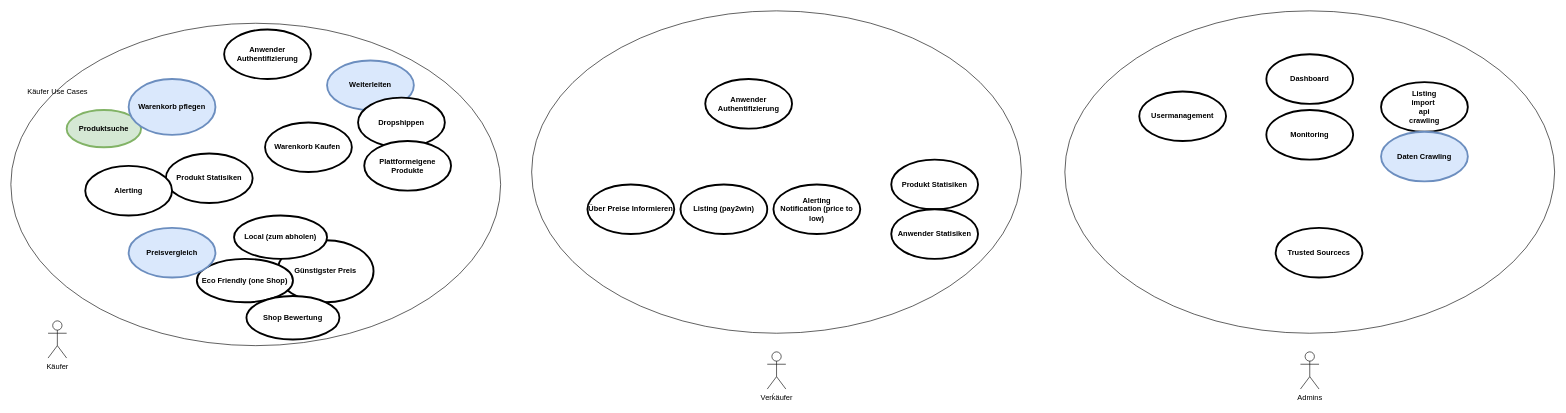
Above: page "Usecases" (2 of 9) of diagrams.drawio in placom/docs (draw.io), before the change. Source tidied: cells renumbered, new cells numbered last; positions are measured from the earlier drawing's top-left corner, leaving out a move shared by most shapes. Both pictures are drawn from the tidied source at 62%, with x=0, y=0 at pixel (11, 11).
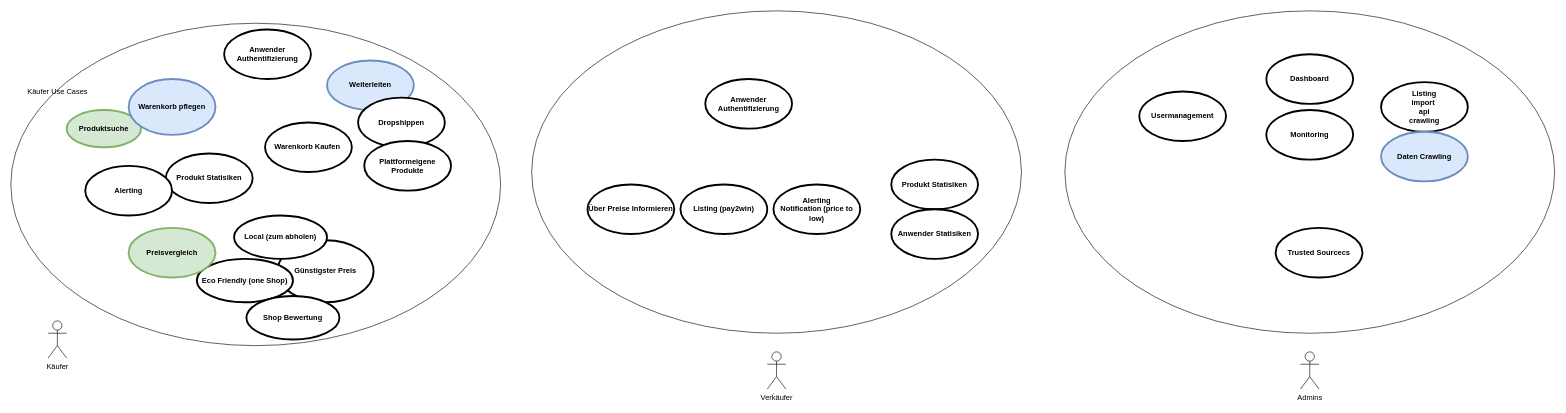
The same diagram, later.

Commit message:
grüner Preisvergleich

What changed in the source:
```diff
@@
-    <mxCell id="12" value="Preisvergleich" style="shape=ellipse;html=1;strokeWidth=3;fontStyle=1;whiteSpace=wrap;align=center;perimeter=ellipsePerimeter;fillColor=#dae8fc;strokeColor=#6c8ebf;" parent="1" vertex="1">
+    <mxCell id="12" value="Preisvergleich" style="shape=ellipse;html=1;strokeWidth=3;fontStyle=1;whiteSpace=wrap;align=center;perimeter=ellipsePerimeter;fillColor=#d5e8d4;strokeColor=#82b366;" parent="1" vertex="1">
       <mxGeometry x="190" y="350" width="140" height="80" as="geometry" />
     </mxCell>
```
